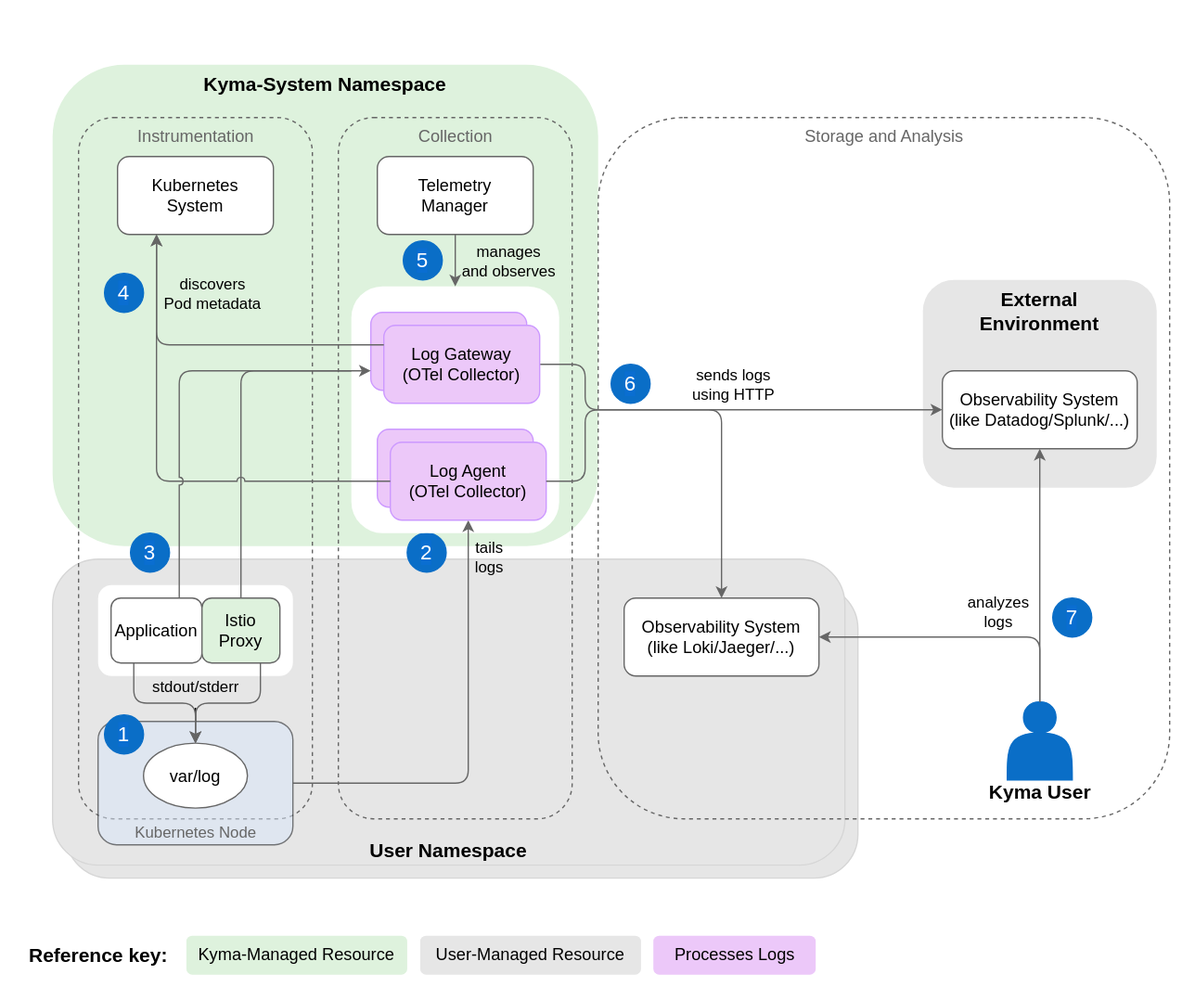
kyma-project/telemetry-manager keeps this draw.io diagram as docs/user/assets/logs-arch.drawio.svg. Above is the earlier version. Source tidied: cells renumbered, new cells last; positions are measured from the earlier drawing's top-left corner, leaving out a move shared by most shapes.
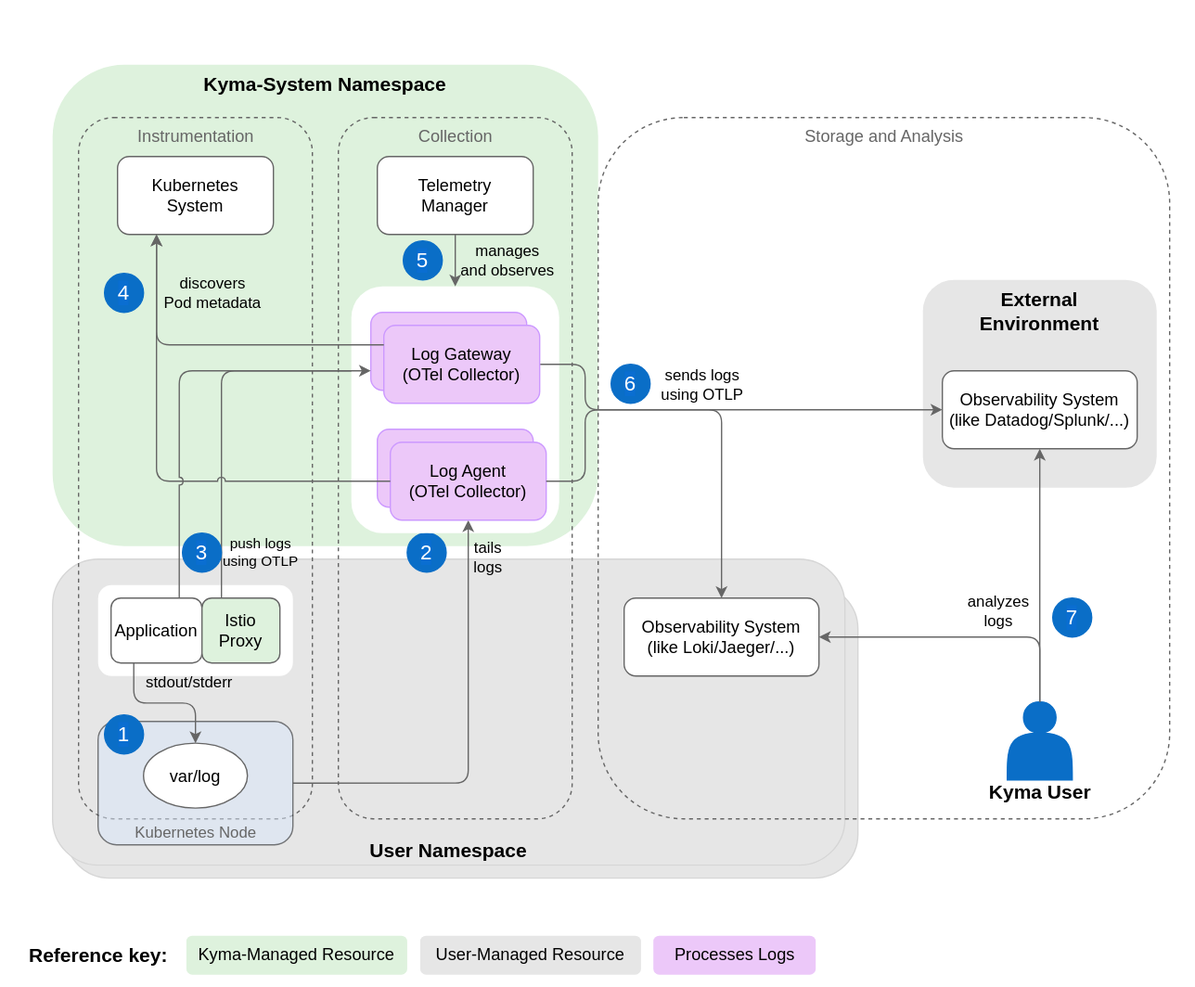
The same diagram one commit later.

Commit message:
docs: fix logs diagram

What changed in the source:
```diff
@@ -59,11 +59,8 @@
     <mxCell id="20" value="&lt;font style=&quot;font-size: 16px&quot;&gt;6&lt;/font&gt;" style="ellipse;whiteSpace=wrap;html=1;labelBackgroundColor=#0A6ED1;fontColor=#FFFFFF;fillColor=#0A6EC7;strokeColor=#0A6EC7;" parent="1" vertex="1">
       <mxGeometry x="470" y="280" width="30" height="30" as="geometry" />
     </mxCell>
-    <mxCell id="21" style="edgeStyle=none;html=1;" parent="1" edge="1" source="22" target="27">
-      <mxGeometry relative="1" as="geometry" />
-    </mxCell>
     <mxCell id="22" value="stdout/stderr" style="text;html=1;align=center;verticalAlign=middle;points=[];fontSize=12;" parent="1" vertex="1">
-      <mxGeometry x="105" y="514.4" width="90" height="30" as="geometry" />
+      <mxGeometry x="100" y="510" width="90" height="30" as="geometry" />
     </mxCell>
     <mxCell id="23" value="&lt;font style=&quot;font-size: 16px&quot;&gt;2&lt;/font&gt;" style="ellipse;whiteSpace=wrap;html=1;labelBackgroundColor=#0A6ED1;fontColor=#FFFFFF;fillColor=#0A6EC7;strokeColor=#0A6EC7;" parent="1" vertex="1">
       <mxGeometry x="310" y="370" width="30" height="30" as="geometry" />
@@ -95,9 +92,6 @@
     <mxCell id="32" style="edgeStyle=orthogonalEdgeStyle;rounded=1;jettySize=auto;html=1;startArrow=none;startFill=0;endArrow=classic;endFill=1;strokeColor=#666666;exitX=0.25;exitY=1;exitDx=0;exitDy=0;entryX=0.5;entryY=0;entryDx=0;entryDy=0;" parent="1" edge="1" source="30" target="27">
       <mxGeometry relative="1" as="geometry" />
     </mxCell>
-    <mxCell id="33" style="edgeStyle=orthogonalEdgeStyle;rounded=1;jettySize=auto;html=1;startArrow=none;startFill=0;endArrow=classic;endFill=1;strokeColor=#666666;entryX=0.5;entryY=0;entryDx=0;entryDy=0;exitX=0.75;exitY=1;exitDx=0;exitDy=0;" parent="1" edge="1" source="31" target="27">
-      <mxGeometry relative="1" as="geometry" />
-    </mxCell>
     <mxCell id="34" value="&lt;span style=&quot;color: rgb(0, 0, 0); font-family: Helvetica; font-size: 13px; font-style: normal; font-variant-ligatures: normal; font-variant-caps: normal; font-weight: 400; letter-spacing: normal; orphans: 2; text-indent: 0px; text-transform: none; widows: 2; word-spacing: 0px; -webkit-text-stroke-width: 0px; text-decoration-thickness: initial; text-decoration-style: initial; text-decoration-color: initial; float: none; display: inline !important;&quot;&gt;User-Managed Resource&lt;/span&gt;" style="text;whiteSpace=wrap;html=1;strokeColor=none;rounded=1;fillColor=#e6e6e6;align=center;fontSize=13;" parent="1" vertex="1">
       <mxGeometry x="323" y="720" width="170" height="30" as="geometry" />
     </mxCell>
@@ -123,11 +117,16 @@
         <mxPoint x="13" y="-20" as="offset" />
       </mxGeometry>
     </mxCell>
-    <mxCell id="39" style="edgeStyle=orthogonalEdgeStyle;rounded=1;jettySize=auto;html=1;startArrow=none;startFill=0;endArrow=classic;endFill=1;strokeColor=#666666;entryX=0;entryY=0.75;entryDx=0;entryDy=0;exitX=0.5;exitY=0;exitDx=0;exitDy=0;jumpStyle=arc;" parent="1" edge="1" source="31" target="53">
+    <mxCell id="39" style="edgeStyle=orthogonalEdgeStyle;rounded=1;jettySize=auto;html=1;startArrow=none;startFill=0;endArrow=classic;endFill=1;strokeColor=#666666;entryX=0;entryY=0.75;entryDx=0;entryDy=0;exitX=0.25;exitY=0;exitDx=0;exitDy=0;jumpStyle=arc;" parent="1" edge="1" source="31" target="53">
       <mxGeometry relative="1" as="geometry" />
     </mxCell>
+    <mxCell id="59" value="push logs&lt;br&gt;using OTLP" style="edgeLabel;html=1;align=center;verticalAlign=middle;labelBackgroundColor=none;" parent="39" vertex="1">
+      <mxGeometry x="-0.69" y="1" relative="1" as="geometry">
+        <mxPoint x="31" y="9" as="offset" />
+      </mxGeometry>
+    </mxCell>
     <mxCell id="40" value="&lt;font style=&quot;font-size: 16px&quot;&gt;3&lt;/font&gt;" style="ellipse;whiteSpace=wrap;html=1;labelBackgroundColor=#0A6ED1;fontColor=#FFFFFF;fillColor=#0A6EC7;strokeColor=#0A6EC7;" parent="1" vertex="1">
-      <mxGeometry x="100" y="410" width="30" height="30" as="geometry" />
+      <mxGeometry x="140" y="410" width="30" height="30" as="geometry" />
     </mxCell>
     <mxCell id="41" value="&lt;font style=&quot;font-size: 16px&quot;&gt;2&lt;/font&gt;" style="ellipse;whiteSpace=wrap;html=1;labelBackgroundColor=#0A6ED1;fontColor=#FFFFFF;fillColor=#0A6EC7;strokeColor=#0A6EC7;" parent="1" vertex="1">
       <mxGeometry x="313" y="410" width="30" height="30" as="geometry" />
@@ -172,9 +171,9 @@
         </Array>
       </mxGeometry>
     </mxCell>
-    <mxCell id="51" value="sends logs&amp;nbsp;&lt;br style=&quot;font-size: 12px;&quot;&gt;using HTTP" style="edgeLabel;html=1;align=center;verticalAlign=middle;labelBackgroundColor=none;fontSize=12;" parent="50" vertex="1">
+    <mxCell id="51" value="sends logs&amp;nbsp;&lt;br style=&quot;font-size: 12px;&quot;&gt;using OTLP" style="edgeLabel;html=1;align=center;verticalAlign=middle;labelBackgroundColor=none;fontSize=12;" parent="50" vertex="1">
       <mxGeometry x="-0.14" y="-2" relative="1" as="geometry">
-        <mxPoint x="34" y="-22" as="offset" />
+        <mxPoint x="11" y="-22" as="offset" />
       </mxGeometry>
     </mxCell>
     <mxCell id="52" style="edgeStyle=orthogonalEdgeStyle;rounded=1;jettySize=auto;html=1;entryX=0.5;entryY=0;entryDx=0;entryDy=0;strokeColor=#666666;exitX=1;exitY=0.5;exitDx=0;exitDy=0;" parent="1" edge="1" source="47" target="13">
```
